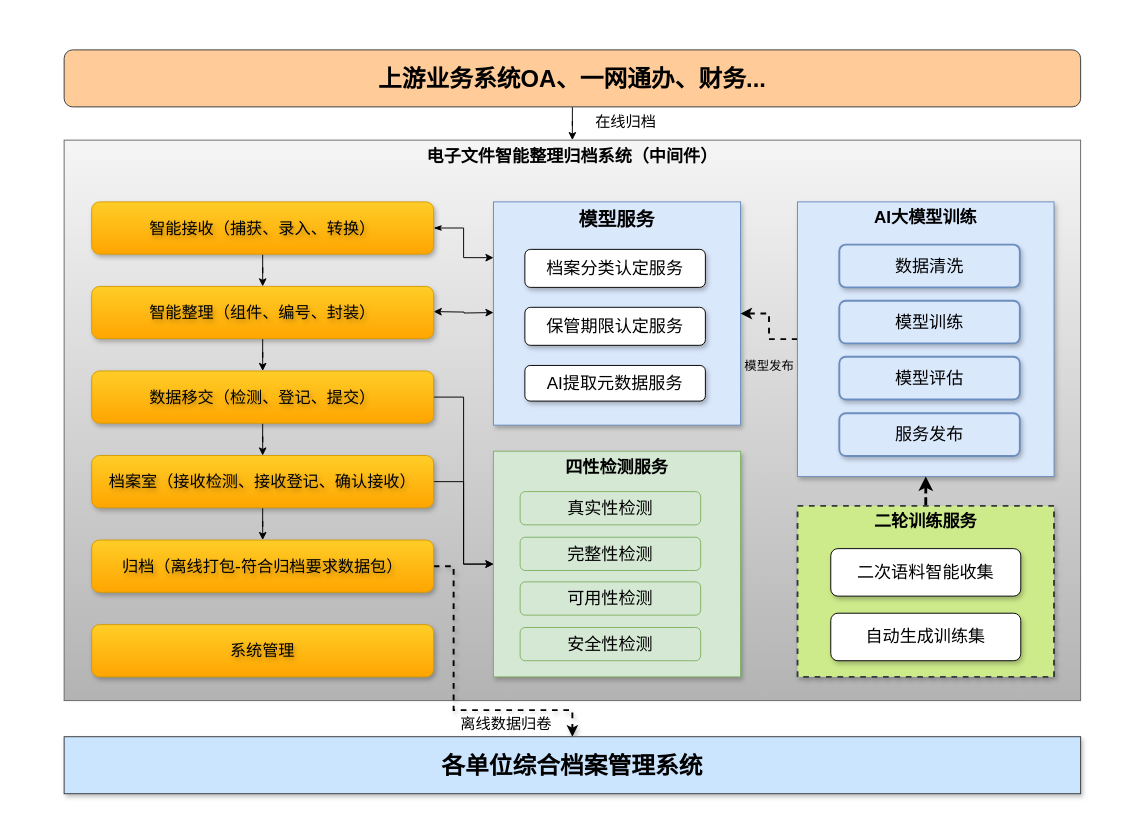
Above: 未命名绘图.drawio in wss1801/test2 (draw.io), before the change. Source tidied: cells renumbered, new cells numbered last; positions are measured from the earlier drawing's top-left corner, leaving out a move shared by most shapes. Both pictures are drawn from the tidied source at 95%, with x=0, y=0 at pixel (64, 49).
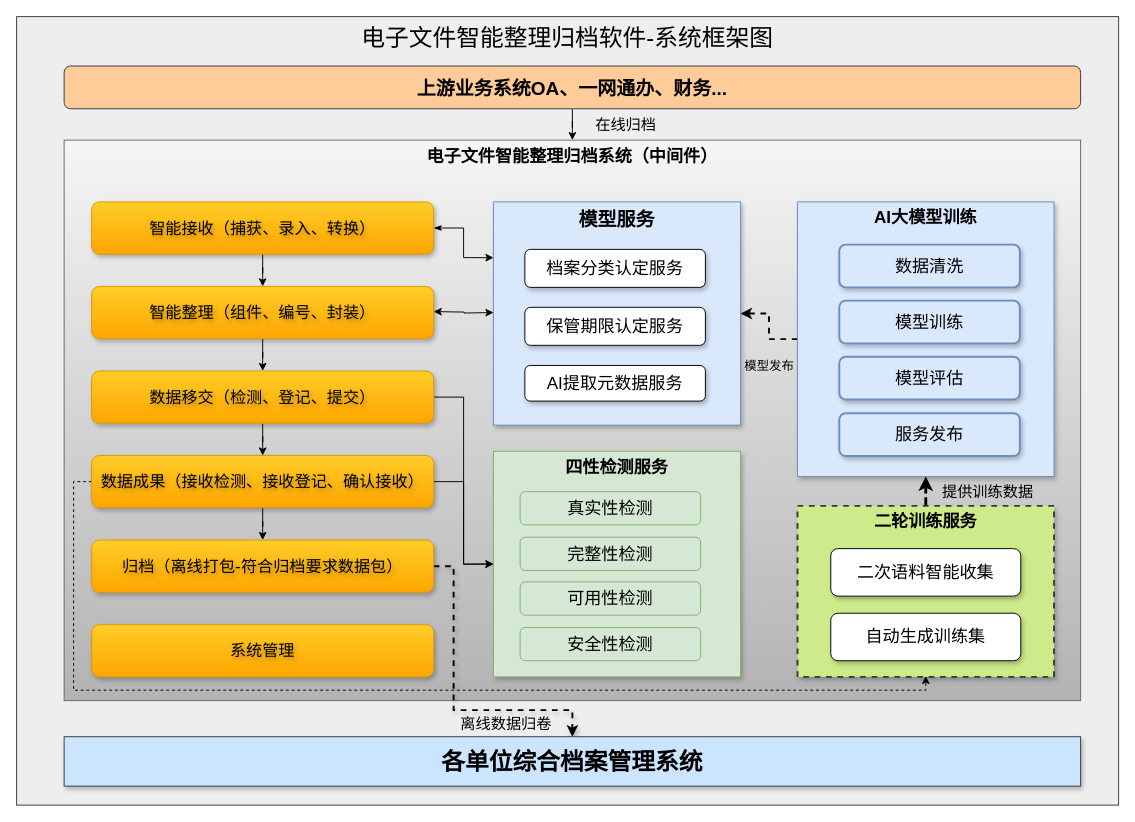
Above is the later version.

Commit message (it also covers changes not shown here):
电子文件智能整理归档图.drawio

The change refers to these unchanged cells:
```xml
<mxCell id="2" style="edgeStyle=orthogonalEdgeStyle;rounded=0;jettySize=auto;html=1;entryX=0.5;entryY=0;entryDx=0;entryDy=0;fontSize=18;" parent="1" edge="1" source="4" target="5">
  <mxGeometry relative="1" as="geometry" />
</mxCell>
<mxCell id="18" style="edgeStyle=orthogonalEdgeStyle;rounded=0;jettySize=auto;html=1;entryX=0.5;entryY=0;entryDx=0;entryDy=0;dashed=1;strokeWidth=2;shadow=1;" parent="1" edge="1" source="20" target="21">
  <mxGeometry relative="1" as="geometry">
    <Array as="points">
      <mxPoint x="410" y="544" />
      <mxPoint x="410" y="695" />
      <mxPoint x="535" y="695" />
    </Array>
  </mxGeometry>
</mxCell>
<mxCell id="26" style="edgeStyle=orthogonalEdgeStyle;rounded=0;jettySize=auto;html=1;entryX=0.5;entryY=1;entryDx=0;entryDy=0;dashed=1;strokeWidth=3;" parent="1" edge="1" source="27" target="24">
  <mxGeometry relative="1" as="geometry" />
</mxCell>
```

Change to the diagram source:
```diff
@@
+    <mxCell id="43" value="电子文件智能整理归档软件-系统框架图" style="rounded=0;whiteSpace=wrap;html=1;fillColor=#eeeeee;strokeColor=#36393d;verticalAlign=top;fontSize=25;fontFamily=Helvetica;textShadow=0;" parent="1" vertex="1">
+      <mxGeometry x="-50" y="-35" width="1160" height="830" as="geometry" />
+    </mxCell>
@@
-    <mxCell id="3" value="&lt;font style=&quot;font-size: 16px;&quot;&gt;在线归档&lt;/font&gt;" style="edgeLabel;html=1;align=center;verticalAlign=middle;" parent="2" vertex="1">
+    <mxCell id="3" value="&lt;font style=&quot;font-size: 16px;&quot;&gt;在线归档&lt;/font&gt;" style="edgeLabel;html=1;align=center;verticalAlign=middle;labelBackgroundColor=none;" parent="2" vertex="1">
       <mxGeometry x="0.24" y="8" relative="1" as="geometry">
-        <mxPoint x="47" y="-3" as="offset" />
+        <mxPoint x="47" y="1" as="offset" />
       </mxGeometry>
     </mxCell>
-    <mxCell id="4" value="上游业务系统OA、一网通办、财务..." style="rounded=1;whiteSpace=wrap;html=1;fontSize=25;fillColor=#ffcc99;strokeColor=#36393d;fontStyle=1;" parent="1" vertex="1">
-      <mxGeometry width="1070" height="60" as="geometry" />
+    <mxCell id="4" value="上游业务系统OA、一网通办、财务..." style="rounded=1;whiteSpace=wrap;html=1;fontSize=20;fillColor=#ffcc99;strokeColor=#36393d;fontStyle=1;" parent="1" vertex="1">
+      <mxGeometry y="17" width="1070" height="45" as="geometry" />
     </mxCell>
@@
+    <mxCell id="44" style="edgeStyle=orthogonalEdgeStyle;rounded=0;jettySize=auto;html=1;entryX=0.5;entryY=1;entryDx=0;entryDy=0;exitX=0;exitY=0.5;exitDx=0;exitDy=0;dashed=1;" parent="1" edge="1" source="17">
+      <mxGeometry relative="1" as="geometry">
+        <mxPoint x="907" y="659" as="targetPoint" />
+        <Array as="points">
+          <mxPoint x="10" y="454" />
+          <mxPoint x="10" y="674" />
+          <mxPoint x="907" y="674" />
+        </Array>
+      </mxGeometry>
+    </mxCell>
-    <mxCell id="17" value="档案室（接收检测、接收登记、确认接收）" style="rounded=1;whiteSpace=wrap;html=1;fontSize=17;fillColor=#ffcd28;gradientColor=#ffa500;strokeColor=#d79b00;fontStyle=0;fontFamily=Verdana;shadow=1;textShadow=1;" parent="1" vertex="1">
+    <mxCell id="17" value="数据成果（接收检测、接收登记、确认接收）" style="rounded=1;whiteSpace=wrap;html=1;fontSize=17;fillColor=#ffcd28;gradientColor=#ffa500;strokeColor=#d79b00;fontStyle=0;fontFamily=Verdana;shadow=1;textShadow=1;" parent="1" vertex="1">
       <mxGeometry x="29" y="427" width="360" height="55" as="geometry" />
     </mxCell>
@@
-    <mxCell id="19" value="&lt;font&gt;离线数据归卷&lt;/font&gt;" style="edgeLabel;html=1;align=center;verticalAlign=middle;fontSize=16;" parent="18" vertex="1">
+    <mxCell id="19" value="&lt;font&gt;离线数据归卷&lt;/font&gt;" style="edgeLabel;html=1;align=center;verticalAlign=middle;fontSize=16;labelBackgroundColor=none;" parent="18" vertex="1">
       <mxGeometry x="0.61" y="-1" relative="1" as="geometry">
         <mxPoint x="-35" y="12" as="offset" />
       </mxGeometry>
     </mxCell>
@@
     <mxCell id="21" value="各单位综合档案管理系统" style="rounded=0;whiteSpace=wrap;html=1;fontSize=25;fillColor=#cce5ff;strokeColor=#36393d;fontStyle=1;shadow=1;" parent="1" vertex="1">
-      <mxGeometry y="723" width="1070" height="60" as="geometry" />
+      <mxGeometry y="723" width="1070" height="52" as="geometry" />
     </mxCell>
@@
+    <mxCell id="45" value="提供训练数据" style="edgeLabel;html=1;align=center;verticalAlign=middle;labelBackgroundColor=none;fontSize=16;" parent="26" vertex="1">
+      <mxGeometry x="-0.43" y="-3" relative="1" as="geometry">
+        <mxPoint x="61" y="-2" as="offset" />
+      </mxGeometry>
+    </mxCell>
```
